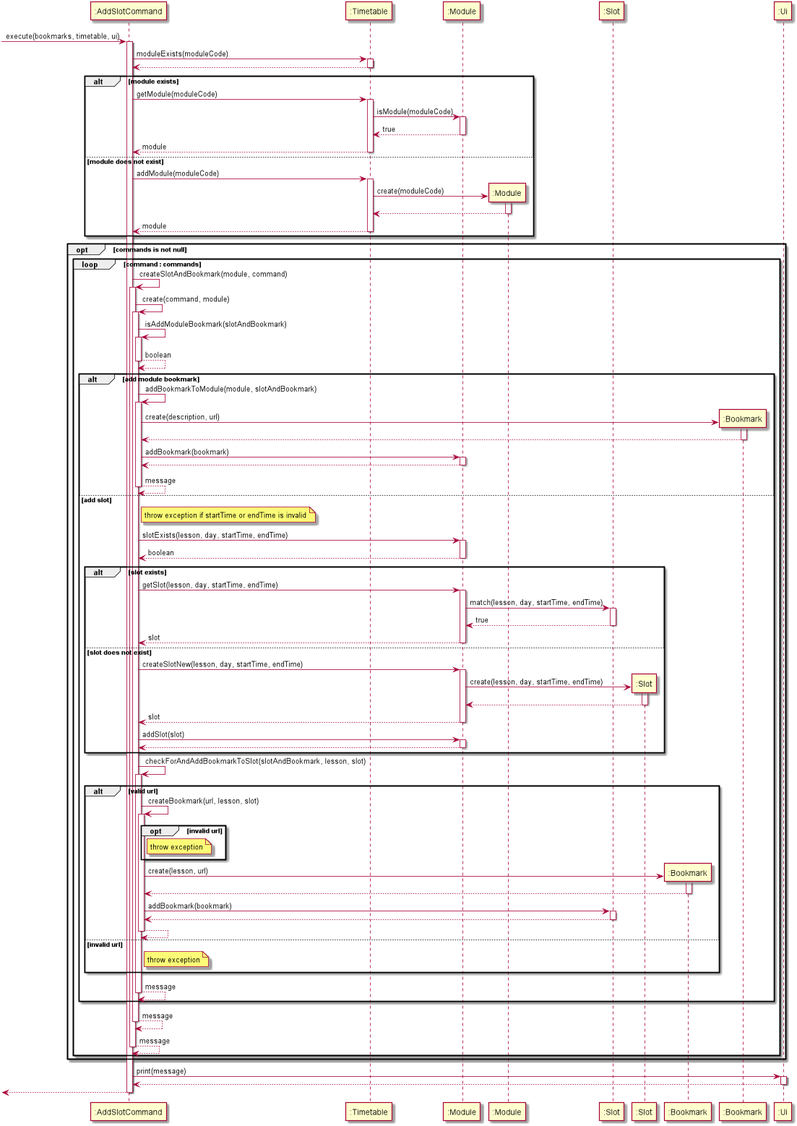
Above: docs/diagrams/addSlotSequenceDiagram.png in nus-cs2113-AY2021S1/tp (PlantUML), before the change.
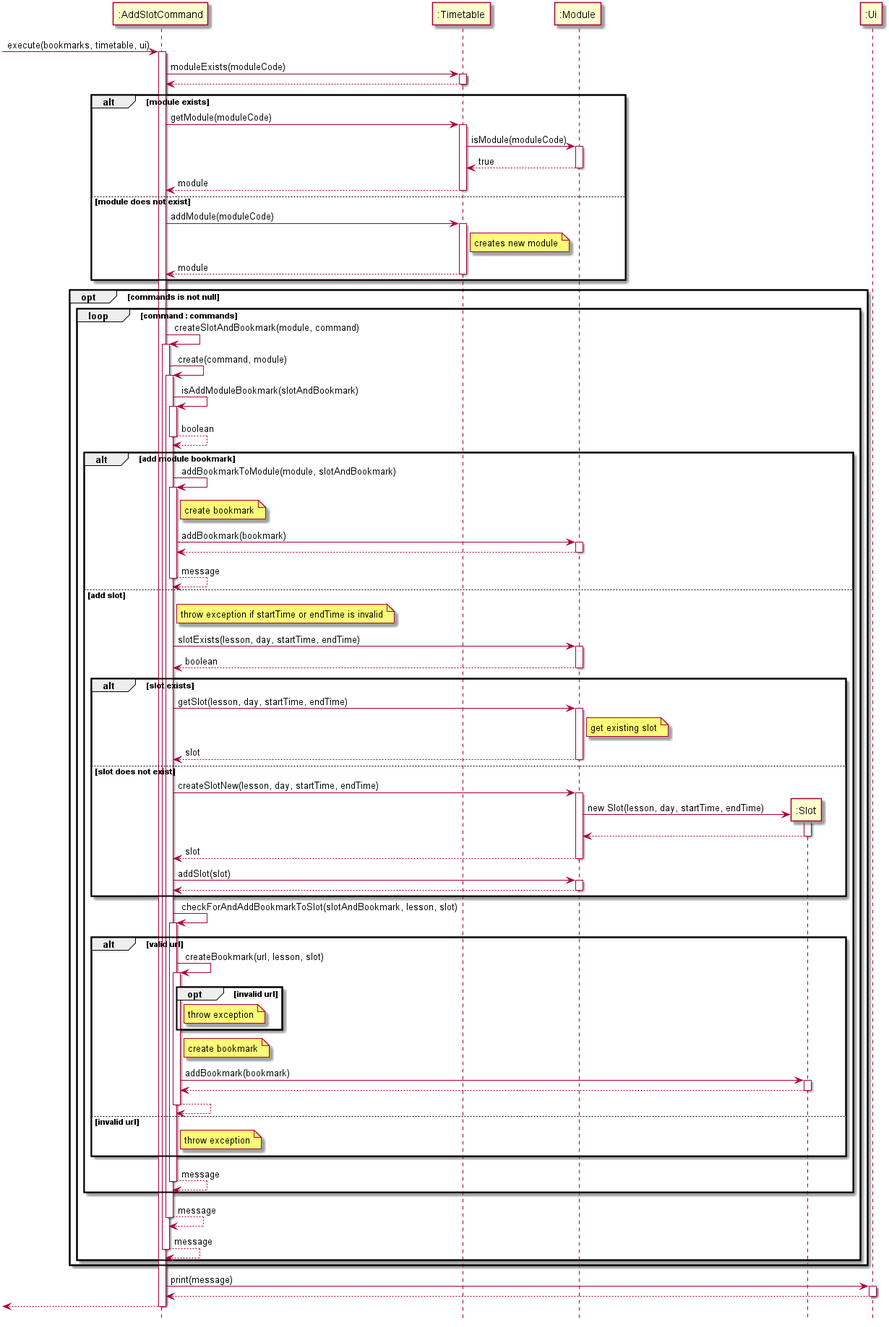
After the commit.

Commit message:
update add slot sequence diagram and remove unused class slotlist

Diff of the diagram source:
```diff
@@ -1,13 +1,11 @@
 @startuml
+hide footbox
+skinparam ParticipantPadding 20
 
 participant ":AddSlotCommand" as AddSlotCommand
 participant ":Timetable" as Timetable
 participant ":Module" as Module
-participant ":Module" as ModuleNew
-participant ":Slot" as Slot
 participant ":Slot" as SlotNew
-participant ":Bookmark" as BookmarkSlot
-participant ":Bookmark" as BookmarkModule
 participant ":Ui" as Ui
 
 
@@ -39,11 +37,8 @@
     AddSlotCommand -> Timetable : addModule(moduleCode)
     activate Timetable
 
-    Timetable -> ModuleNew ** : create(moduleCode)
-    activate ModuleNew
+    note right of Timetable : creates new module
 
-    ModuleNew --> Timetable
-    deactivate ModuleNew
 
     Timetable --> AddSlotCommand : module
     deactivate Timetable
@@ -67,11 +62,8 @@
             AddSlotCommand -> AddSlotCommand : addBookmarkToModule(module, slotAndBookmark)
             activate AddSlotCommand
 
-            AddSlotCommand -> BookmarkModule ** : create(description, url)
-            activate BookmarkModule
+            note right of AddSlotCommand : create bookmark
 
-            BookmarkModule --> AddSlotCommand
-            deactivate BookmarkModule
 
             AddSlotCommand -> Module : addBookmark(bookmark)
             activate Module
@@ -95,11 +87,8 @@
                 AddSlotCommand -> Module : getSlot(lesson, day, startTime, endTime)
                 activate Module
 
-                Module -> Slot : match(lesson, day, startTime, endTime)
-                activate Slot
+                note right of Module : get existing slot
 
-                Slot --> Module : true
-                deactivate Slot
 
                 Module --> AddSlotCommand : slot
                 deactivate Module
@@ -107,7 +96,7 @@
                 AddSlotCommand -> Module : createSlotNew(lesson, day, startTime, endTime)
                 activate Module
 
-                Module -> SlotNew ** : create(lesson, day, startTime, endTime)
+                Module -> SlotNew ** : new Slot(lesson, day, startTime, endTime)
                 activate SlotNew
 
                 SlotNew --> Module
@@ -134,17 +123,14 @@
                     note right of AddSlotCommand : throw exception
                 end
 
-                AddSlotCommand -> BookmarkSlot ** : create(lesson, url)
-                activate BookmarkSlot
+                note right of AddSlotCommand : create bookmark
 
-                BookmarkSlot --> AddSlotCommand
-                deactivate BookmarkSlot
 
-                AddSlotCommand -> Slot : addBookmark(bookmark)
-                activate Slot
+                AddSlotCommand -> SlotNew : addBookmark(bookmark)
+                activate SlotNew
 
-                Slot --> AddSlotCommand
-                deactivate Slot
+                SlotNew --> AddSlotCommand
+                deactivate SlotNew
 
                 AddSlotCommand --> AddSlotCommand
                 deactivate AddSlotCommand
```
